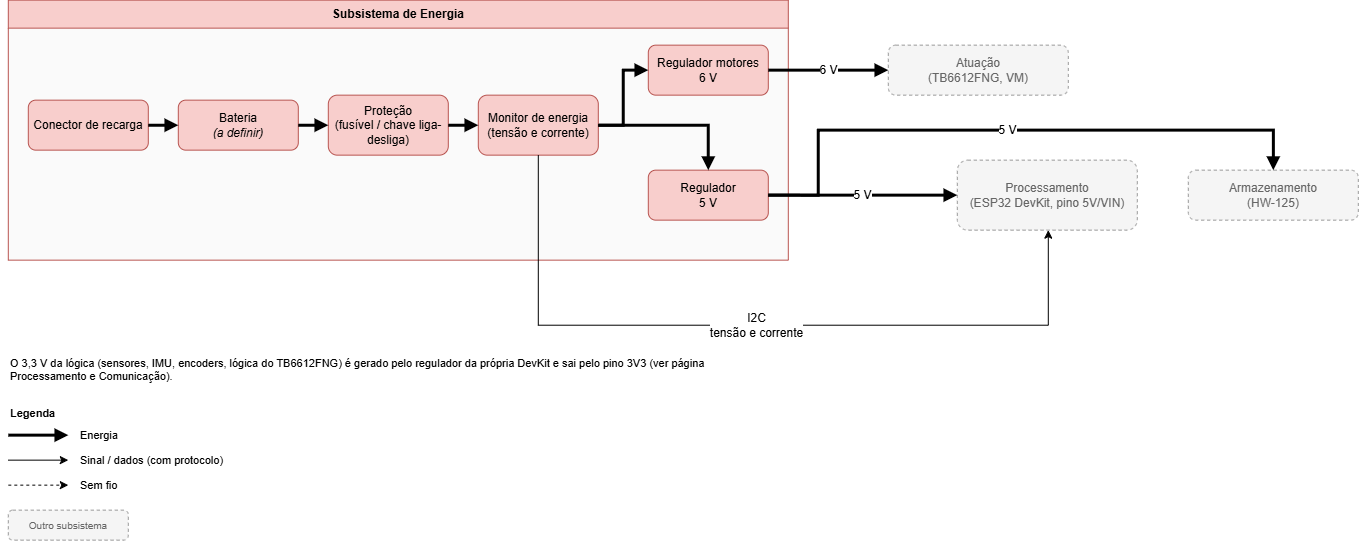
This is hw/Placa de Integração/Diagrama de blocos/Diagrama de blocos-Energia.drawio.png from fcte-pi1/2026.2_PI1_Grupo2_Hilmer, a draw.io export, as it was before one commit. Source tidied: cells renumbered, new cells last; positions are measured from the earlier drawing's top-left corner, leaving out a move shared by most shapes.
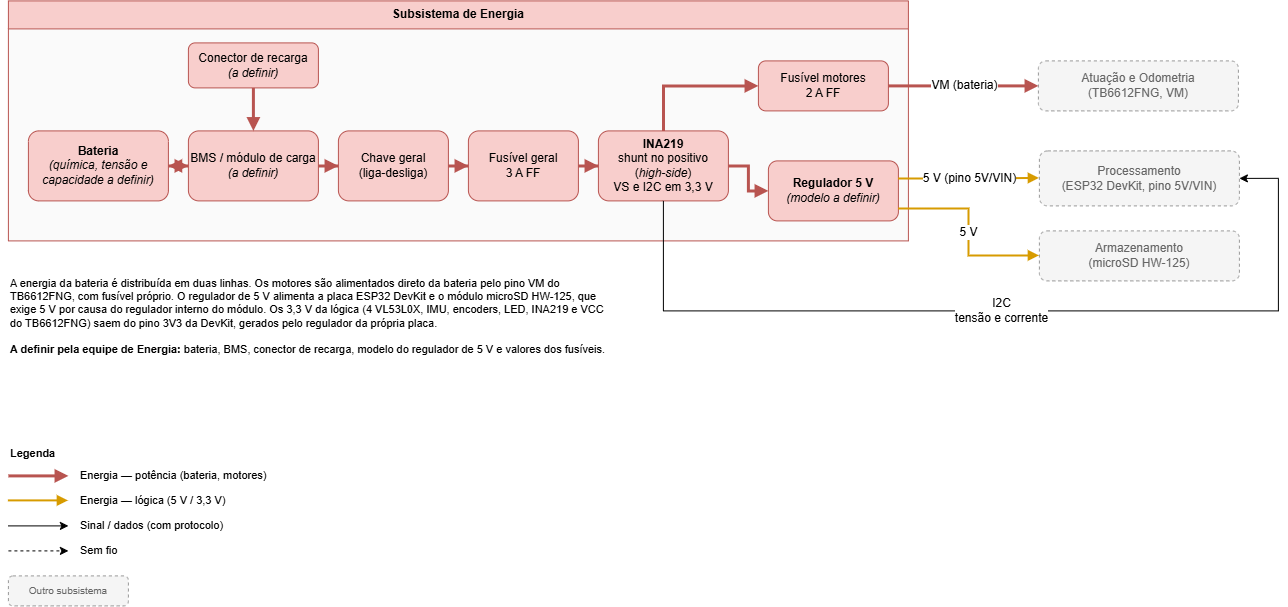
Later version of the same file.

Commit message:
[Hardware] Atualiza diagrama de blocos e projeto conceitual para a arquitetura de alimentação definida

Diff of the diagram source:
```diff
@@ -3,109 +3,128 @@
     <mxCell id="0" />
     <mxCell id="1" parent="0" />
     <mxCell id="2" value="Subsistema de Energia" style="swimlane;whiteSpace=wrap;html=1;startSize=28;fillColor=#f8cecc;strokeColor=#b85450;swimlaneFillColor=#FAFAFA;fontStyle=1;" parent="1" vertex="1">
-      <mxGeometry width="780" height="260" as="geometry" />
+      <mxGeometry width="900" height="240" as="geometry" />
     </mxCell>
-    <mxCell id="3" value="Conector de recarga" style="rounded=1;whiteSpace=wrap;html=1;fillColor=#f8cecc;strokeColor=#b85450;" parent="2" vertex="1">
-      <mxGeometry x="20" y="100" width="120" height="50" as="geometry" />
+    <mxCell id="3" value="Conector de recarga&lt;br&gt;&lt;i&gt;(a definir)&lt;/i&gt;" style="rounded=1;whiteSpace=wrap;html=1;fillColor=#f8cecc;strokeColor=#b85450;" parent="2" vertex="1">
+      <mxGeometry x="180" y="42" width="130" height="45" as="geometry" />
     </mxCell>
-    <mxCell id="4" value="Bateria&lt;br&gt;&lt;i&gt;(a definir)&lt;/i&gt;" style="rounded=1;whiteSpace=wrap;html=1;fillColor=#f8cecc;strokeColor=#b85450;" parent="2" vertex="1">
-      <mxGeometry x="170" y="100" width="120" height="50" as="geometry" />
+    <mxCell id="4" value="&lt;b&gt;Bateria&lt;/b&gt;&lt;br&gt;&lt;i&gt;(química, tensão e&lt;br&gt;capacidade a definir)&lt;/i&gt;" style="rounded=1;whiteSpace=wrap;html=1;fillColor=#f8cecc;strokeColor=#b85450;" parent="2" vertex="1">
+      <mxGeometry x="20" y="130" width="140" height="70" as="geometry" />
     </mxCell>
+    <mxCell id="30" value="BMS / módulo de carga&lt;br&gt;&lt;i&gt;(a definir)&lt;/i&gt;" style="rounded=1;whiteSpace=wrap;html=1;fillColor=#f8cecc;strokeColor=#b85450;" parent="2" vertex="1">
+      <mxGeometry x="180" y="130" width="130" height="70" as="geometry" />
+    </mxCell>
-    <mxCell id="5" value="Proteção&lt;br&gt;(fusível / chave liga-desliga)" style="rounded=1;whiteSpace=wrap;html=1;fillColor=#f8cecc;strokeColor=#b85450;" parent="2" vertex="1">
-      <mxGeometry x="320" y="95" width="120" height="60" as="geometry" />
+    <mxCell id="5" value="Chave geral&lt;br&gt;(liga-desliga)" style="rounded=1;whiteSpace=wrap;html=1;fillColor=#f8cecc;strokeColor=#b85450;" parent="2" vertex="1">
+      <mxGeometry x="330" y="130" width="110" height="70" as="geometry" />
     </mxCell>
+    <mxCell id="31" value="Fusível geral&lt;br&gt;3 A FF" style="rounded=1;whiteSpace=wrap;html=1;fillColor=#f8cecc;strokeColor=#b85450;" parent="2" vertex="1">
+      <mxGeometry x="460" y="130" width="110" height="70" as="geometry" />
+    </mxCell>
-    <mxCell id="6" value="Monitor de energia&lt;br&gt;(tensão e corrente)" style="rounded=1;whiteSpace=wrap;html=1;fillColor=#f8cecc;strokeColor=#b85450;" parent="2" vertex="1">
-      <mxGeometry x="470" y="95" width="120" height="60" as="geometry" />
+    <mxCell id="6" value="&lt;b&gt;INA219&lt;/b&gt;&lt;br&gt;shunt no positivo&lt;br&gt;(&lt;i&gt;high-side&lt;/i&gt;)&lt;br&gt;VS e I2C em 3,3 V" style="rounded=1;whiteSpace=wrap;html=1;fillColor=#f8cecc;strokeColor=#b85450;" parent="2" vertex="1">
+      <mxGeometry x="590" y="130" width="130" height="70" as="geometry" />
     </mxCell>
-    <mxCell id="7" value="Regulador motores&lt;br&gt;6 V" style="rounded=1;whiteSpace=wrap;html=1;fillColor=#f8cecc;strokeColor=#b85450;" parent="2" vertex="1">
-      <mxGeometry x="640" y="45" width="120" height="50" as="geometry" />
+    <mxCell id="7" value="Fusível motores&lt;br&gt;2 A FF" style="rounded=1;whiteSpace=wrap;html=1;fillColor=#f8cecc;strokeColor=#b85450;" parent="2" vertex="1">
+      <mxGeometry x="750" y="60" width="130" height="50" as="geometry" />
     </mxCell>
-    <mxCell id="8" value="Regulador&lt;br&gt;5 V" style="rounded=1;whiteSpace=wrap;html=1;fillColor=#f8cecc;strokeColor=#b85450;" parent="2" vertex="1">
-      <mxGeometry x="640" y="170" width="120" height="50" as="geometry" />
+    <mxCell id="8" value="&lt;b&gt;Regulador 5 V&lt;/b&gt;&lt;br&gt;&lt;i&gt;(modelo a definir)&lt;/i&gt;" style="rounded=1;whiteSpace=wrap;html=1;fillColor=#f8cecc;strokeColor=#b85450;" parent="2" vertex="1">
+      <mxGeometry x="760" y="160" width="130" height="60" as="geometry" />
     </mxCell>
-    <mxCell id="9" value="Atuação&lt;br&gt;(TB6612FNG, VM)" style="rounded=1;whiteSpace=wrap;html=1;fillColor=#f5f5f5;strokeColor=#999999;dashed=1;fontColor=#666666;" parent="1" vertex="1">
-      <mxGeometry x="880" y="45" width="180" height="50" as="geometry" />
+    <mxCell id="9" value="Atuação e Odometria&lt;br&gt;(TB6612FNG, VM)" style="rounded=1;whiteSpace=wrap;html=1;fillColor=#f5f5f5;strokeColor=#999999;dashed=1;fontColor=#666666;" parent="1" vertex="1">
+      <mxGeometry x="1030" y="60" width="200" height="50" as="geometry" />
     </mxCell>
     <mxCell id="10" value="Processamento&lt;br&gt;(ESP32 DevKit, pino 5V/VIN)" style="rounded=1;whiteSpace=wrap;html=1;fillColor=#f5f5f5;strokeColor=#999999;dashed=1;fontColor=#666666;" parent="1" vertex="1">
-      <mxGeometry x="949" y="160" width="180" height="70" as="geometry" />
+      <mxGeometry x="1031" y="150" width="200" height="55" as="geometry" />
     </mxCell>
+    <mxCell id="27" value="Armazenamento&lt;br&gt;(microSD HW-125)" style="rounded=1;whiteSpace=wrap;html=1;fillColor=#f5f5f5;strokeColor=#999999;dashed=1;fontColor=#666666;" parent="1" vertex="1">
+      <mxGeometry x="1031" y="230" width="200" height="50" as="geometry" />
+    </mxCell>
-    <mxCell id="11" style="edgeStyle=orthogonalEdgeStyle;rounded=0;jettySize=auto;html=1;labelBackgroundColor=#FFFFFF;fontSize=10;strokeWidth=3;endArrow=block;endFill=1;" parent="1" edge="1" source="3" target="4">
+    <mxCell id="11" style="edgeStyle=orthogonalEdgeStyle;rounded=0;jettySize=auto;html=1;labelBackgroundColor=#FFFFFF;fontSize=10;strokeWidth=3;strokeColor=#B85450;endArrow=block;endFill=1;" parent="1" edge="1" source="3" target="30">
       <mxGeometry relative="1" as="geometry" />
     </mxCell>
-    <mxCell id="12" style="edgeStyle=orthogonalEdgeStyle;rounded=0;jettySize=auto;html=1;labelBackgroundColor=#FFFFFF;fontSize=10;strokeWidth=3;endArrow=block;endFill=1;" parent="1" edge="1" source="4" target="5">
+    <mxCell id="12" style="edgeStyle=orthogonalEdgeStyle;rounded=0;jettySize=auto;html=1;labelBackgroundColor=#FFFFFF;fontSize=10;strokeWidth=3;strokeColor=#B85450;endArrow=block;endFill=1;startArrow=block;startFill=1;" parent="1" edge="1" source="4" target="30">
       <mxGeometry relative="1" as="geometry" />
     </mxCell>
-    <mxCell id="13" style="edgeStyle=orthogonalEdgeStyle;rounded=0;jettySize=auto;html=1;labelBackgroundColor=#FFFFFF;fontSize=10;strokeWidth=3;endArrow=block;endFill=1;" parent="1" edge="1" source="5" target="6">
+    <mxCell id="13" style="edgeStyle=orthogonalEdgeStyle;rounded=0;jettySize=auto;html=1;labelBackgroundColor=#FFFFFF;fontSize=10;strokeWidth=3;strokeColor=#B85450;endArrow=block;endFill=1;" parent="1" edge="1" source="30" target="5">
       <mxGeometry relative="1" as="geometry" />
     </mxCell>
+    <mxCell id="32" style="edgeStyle=orthogonalEdgeStyle;rounded=0;jettySize=auto;html=1;labelBackgroundColor=#FFFFFF;fontSize=10;strokeWidth=3;strokeColor=#B85450;endArrow=block;endFill=1;" parent="1" edge="1" source="5" target="31">
+      <mxGeometry relative="1" as="geometry" />
+    </mxCell>
-    <mxCell id="14" style="edgeStyle=orthogonalEdgeStyle;rounded=0;jettySize=auto;html=1;labelBackgroundColor=#FFFFFF;fontSize=10;strokeWidth=3;endArrow=block;endFill=1;" parent="1" edge="1" source="6" target="7">
+    <mxCell id="14" style="edgeStyle=orthogonalEdgeStyle;rounded=0;jettySize=auto;html=1;labelBackgroundColor=#FFFFFF;fontSize=10;strokeWidth=3;strokeColor=#B85450;endArrow=block;endFill=1;" parent="1" edge="1" source="31" target="6">
       <mxGeometry relative="1" as="geometry" />
     </mxCell>
-    <mxCell id="15" style="edgeStyle=orthogonalEdgeStyle;rounded=0;jettySize=auto;html=1;labelBackgroundColor=#FFFFFF;fontSize=10;strokeWidth=3;endArrow=block;endFill=1;" parent="1" edge="1" source="6" target="8">
-      <mxGeometry relative="1" as="geometry" />
+    <mxCell id="15" style="edgeStyle=orthogonalEdgeStyle;rounded=0;jettySize=auto;html=1;labelBackgroundColor=#FFFFFF;fontSize=10;strokeWidth=3;strokeColor=#B85450;endArrow=block;endFill=1;exitX=0.5;exitY=0;exitDx=0;exitDy=0;entryX=0;entryY=0.5;entryDx=0;entryDy=0;" parent="1" edge="1" source="6" target="7">
+      <mxGeometry relative="1" as="geometry">
+        <Array as="points">
+          <mxPoint x="655" y="85" />
+        </Array>
+      </mxGeometry>
     </mxCell>
-    <mxCell id="16" value="&lt;font style=&quot;font-size: 12px;&quot;&gt;6 V&lt;/font&gt;" style="edgeStyle=orthogonalEdgeStyle;rounded=0;jettySize=auto;html=1;labelBackgroundColor=#FFFFFF;fontSize=10;strokeWidth=3;endArrow=block;endFill=1;" parent="1" edge="1" source="7" target="9">
+    <mxCell id="16" style="edgeStyle=orthogonalEdgeStyle;rounded=0;jettySize=auto;html=1;labelBackgroundColor=#FFFFFF;fontSize=10;strokeWidth=3;strokeColor=#B85450;endArrow=block;endFill=1;exitX=1;exitY=0.5;exitDx=0;exitDy=0;entryX=0;entryY=0.5;entryDx=0;entryDy=0;" parent="1" edge="1" source="6" target="8">
       <mxGeometry relative="1" as="geometry" />
     </mxCell>
-    <mxCell id="17" value="&lt;font style=&quot;font-size: 12px;&quot;&gt;5 V&lt;/font&gt;" style="edgeStyle=orthogonalEdgeStyle;rounded=0;jettySize=auto;html=1;labelBackgroundColor=#FFFFFF;fontSize=10;strokeWidth=3;endArrow=block;endFill=1;" parent="1" edge="1" source="8" target="10">
+    <mxCell id="17" value="&lt;font style=&quot;font-size: 12px;&quot;&gt;VM (bateria)&lt;/font&gt;" style="edgeStyle=orthogonalEdgeStyle;rounded=0;jettySize=auto;html=1;labelBackgroundColor=#FFFFFF;fontSize=10;strokeWidth=3;strokeColor=#B85450;endArrow=block;endFill=1;exitX=1;exitY=0.5;exitDx=0;exitDy=0;entryX=0;entryY=0.5;entryDx=0;entryDy=0;" parent="1" edge="1" source="7" target="9">
       <mxGeometry relative="1" as="geometry" />
     </mxCell>
+    <mxCell id="33" value="&lt;font style=&quot;font-size: 12px;&quot;&gt;5 V (pino 5V/VIN)&lt;/font&gt;" style="edgeStyle=orthogonalEdgeStyle;rounded=0;jettySize=auto;html=1;labelBackgroundColor=#FFFFFF;fontSize=10;strokeWidth=2;strokeColor=#D79B00;endArrow=block;endFill=1;exitX=1;exitY=0.3;exitDx=0;exitDy=0;entryX=0;entryY=0.5;entryDx=0;entryDy=0;" parent="1" edge="1" source="8" target="10">
+      <mxGeometry relative="1" as="geometry" />
+    </mxCell>
+    <mxCell id="28" value="&lt;font style=&quot;font-size: 12px;&quot;&gt;5 V&lt;/font&gt;" style="edgeStyle=orthogonalEdgeStyle;rounded=0;jettySize=auto;html=1;labelBackgroundColor=#FFFFFF;fontSize=10;strokeWidth=2;strokeColor=#D79B00;endArrow=block;endFill=1;exitX=1;exitY=0.8;exitDx=0;exitDy=0;entryX=0;entryY=0.5;entryDx=0;entryDy=0;" parent="1" edge="1" source="8" target="27">
+      <mxGeometry relative="1" as="geometry" />
+    </mxCell>
-    <mxCell id="18" value="&lt;font style=&quot;font-size: 12px;&quot;&gt;I2C&lt;br&gt;tensão e corrente&lt;/font&gt;" style="edgeStyle=orthogonalEdgeStyle;rounded=0;jettySize=auto;html=1;labelBackgroundColor=#FFFFFF;fontSize=10;strokeWidth=1;endArrow=classic;endFill=1;exitX=0.5;exitY=1;exitDx=0;exitDy=0;entryX=0.5;entryY=1;entryDx=0;entryDy=0;" parent="1" edge="1" source="6" target="10">
+    <mxCell id="18" value="&lt;font style=&quot;font-size: 12px;&quot;&gt;I2C&lt;br&gt;tensão e corrente&lt;/font&gt;" style="edgeStyle=orthogonalEdgeStyle;rounded=0;jettySize=auto;html=1;labelBackgroundColor=#FFFFFF;fontSize=10;strokeWidth=1;endArrow=classic;endFill=1;exitX=0.5;exitY=1;exitDx=0;exitDy=0;entryX=1;entryY=0.5;entryDx=0;entryDy=0;" parent="1" edge="1" source="6" target="10">
       <mxGeometry relative="1" as="geometry">
         <Array as="points">
-          <mxPoint x="530" y="325" />
-          <mxPoint x="1040" y="325" />
-          <mxPoint x="1040" y="230" />
+          <mxPoint x="655" y="310" />
+          <mxPoint x="1270" y="310" />
+          <mxPoint x="1270" y="177.5" />
         </Array>
       </mxGeometry>
     </mxCell>
+    <mxCell id="29" value="A energia da bateria é distribuída em duas linhas. Os motores são alimentados direto da bateria pelo pino VM do TB6612FNG, com fusível próprio. O regulador de 5 V alimenta a placa ESP32 DevKit e o módulo microSD HW-125, que exige 5 V por causa do regulador interno do módulo. Os 3,3 V da lógica (4 VL53L0X, IMU, encoders, LED, INA219 e VCC do TB6612FNG) saem do pino 3V3 da DevKit, gerados pelo regulador da própria placa.&lt;br&gt;&lt;br&gt;&lt;b&gt;A definir pela equipe de Energia:&lt;/b&gt; bateria, BMS, conector de recarga, modelo do regulador de 5 V e valores dos fusíveis." style="text;html=1;align=left;verticalAlign=top;whiteSpace=wrap;fontSize=11;" parent="1" vertex="1">
+      <mxGeometry y="270" width="600" height="105" as="geometry" />
+    </mxCell>
     <mxCell id="19" value="&lt;b&gt;Legenda&lt;/b&gt;" style="text;html=1;align=left;verticalAlign=top;whiteSpace=wrap;fontSize=11;" parent="1" vertex="1">
-      <mxGeometry y="400" width="200" height="20" as="geometry" />
+      <mxGeometry y="440" width="200" height="20" as="geometry" />
     </mxCell>
-    <mxCell id="20" style="edgeStyle=orthogonalEdgeStyle;rounded=0;orthogonalLoop=1;jettySize=auto;html=1;labelBackgroundColor=#FFFFFF;fontSize=10;strokeWidth=3;endArrow=block;endFill=1;" parent="1" edge="1">
+    <mxCell id="20" style="edgeStyle=orthogonalEdgeStyle;rounded=0;orthogonalLoop=1;jettySize=auto;html=1;labelBackgroundColor=#FFFFFF;fontSize=10;strokeWidth=3;strokeColor=#B85450;endArrow=block;endFill=1;" parent="1" edge="1">
       <mxGeometry relative="1" as="geometry">
-        <mxPoint y="435" as="sourcePoint" />
-        <mxPoint x="60" y="435" as="targetPoint" />
+        <mxPoint y="475" as="sourcePoint" />
+        <mxPoint x="60" y="475" as="targetPoint" />
       </mxGeometry>
     </mxCell>
-    <mxCell id="21" value="Energia" style="text;html=1;align=left;verticalAlign=top;whiteSpace=wrap;fontSize=11;verticalAlign=middle;" parent="1" vertex="1">
-      <mxGeometry x="70" y="425" width="200" height="20" as="geometry" />
+    <mxCell id="21" value="Energia — potência (bateria, motores)" style="text;html=1;align=left;verticalAlign=top;whiteSpace=wrap;fontSize=11;verticalAlign=middle;" parent="1" vertex="1">
+      <mxGeometry x="70" y="465" width="240" height="20" as="geometry" />
     </mxCell>
+    <mxCell id="34" style="edgeStyle=orthogonalEdgeStyle;rounded=0;orthogonalLoop=1;jettySize=auto;html=1;labelBackgroundColor=#FFFFFF;fontSize=10;strokeWidth=2;strokeColor=#D79B00;endArrow=block;endFill=1;" parent="1" edge="1">
+      <mxGeometry relative="1" as="geometry">
+        <mxPoint y="500" as="sourcePoint" />
+        <mxPoint x="60" y="500" as="targetPoint" />
+      </mxGeometry>
+    </mxCell>
+    <mxCell id="35" value="Energia — lógica (5 V / 3,3 V)" style="text;html=1;align=left;verticalAlign=top;whiteSpace=wrap;fontSize=11;verticalAlign=middle;" parent="1" vertex="1">
+      <mxGeometry x="70" y="490" width="240" height="20" as="geometry" />
+    </mxCell>
     <mxCell id="22" style="edgeStyle=orthogonalEdgeStyle;rounded=0;orthogonalLoop=1;jettySize=auto;html=1;labelBackgroundColor=#FFFFFF;fontSize=10;strokeWidth=1;endArrow=classic;endFill=1;" parent="1" edge="1">
       <mxGeometry relative="1" as="geometry">
-        <mxPoint y="460" as="sourcePoint" />
-        <mxPoint x="60" y="460" as="targetPoint" />
+        <mxPoint y="525" as="sourcePoint" />
+        <mxPoint x="60" y="525" as="targetPoint" />
       </mxGeometry>
     </mxCell>
     <mxCell id="23" value="Sinal / dados (com protocolo)" style="text;html=1;align=left;verticalAlign=top;whiteSpace=wrap;fontSize=11;verticalAlign=middle;" parent="1" vertex="1">
-      <mxGeometry x="70" y="450" width="200" height="20" as="geometry" />
+      <mxGeometry x="70" y="515" width="240" height="20" as="geometry" />
     </mxCell>
     <mxCell id="24" style="edgeStyle=orthogonalEdgeStyle;rounded=0;orthogonalLoop=1;jettySize=auto;html=1;labelBackgroundColor=#FFFFFF;fontSize=10;strokeWidth=1;endArrow=classic;endFill=1;dashed=1;" parent="1" edge="1">
       <mxGeometry relative="1" as="geometry">
-        <mxPoint y="485" as="sourcePoint" />
-        <mxPoint x="60" y="485" as="targetPoint" />
+        <mxPoint y="550" as="sourcePoint" />
+        <mxPoint x="60" y="550" as="targetPoint" />
       </mxGeometry>
     </mxCell>
     <mxCell id="25" value="Sem fio" style="text;html=1;align=left;verticalAlign=top;whiteSpace=wrap;fontSize=11;verticalAlign=middle;" parent="1" vertex="1">
-      <mxGeometry x="70" y="475" width="200" height="20" as="geometry" />
+      <mxGeometry x="70" y="540" width="240" height="20" as="geometry" />
     </mxCell>
     <mxCell id="26" value="Outro subsistema" style="rounded=1;whiteSpace=wrap;html=1;fillColor=#f5f5f5;strokeColor=#999999;dashed=1;fontColor=#666666;fontSize=10;" parent="1" vertex="1">
-      <mxGeometry y="510" width="120" height="30" as="geometry" />
+      <mxGeometry y="575" width="120" height="30" as="geometry" />
     </mxCell>
-    <mxCell id="27" value="Armazenamento&lt;br&gt;(HW-125)" style="rounded=1;whiteSpace=wrap;html=1;fillColor=#f5f5f5;strokeColor=#999999;dashed=1;fontColor=#666666;" parent="1" vertex="1">
-      <mxGeometry x="1180" y="170" width="170" height="50" as="geometry" />
-    </mxCell>
-    <mxCell id="28" value="&lt;font style=&quot;font-size: 12px;&quot;&gt;5 V&lt;/font&gt;" style="edgeStyle=orthogonalEdgeStyle;rounded=0;jettySize=auto;html=1;labelBackgroundColor=#FFFFFF;fontSize=10;strokeWidth=3;endArrow=block;endFill=1;exitX=1;exitY=0.5;exitDx=0;exitDy=0;entryX=0.5;entryY=0;entryDx=0;entryDy=0;" parent="1" edge="1" source="8" target="27">
-      <mxGeometry relative="1" as="geometry">
-        <Array as="points">
-          <mxPoint x="810" y="195" />
-          <mxPoint x="810" y="130" />
-          <mxPoint x="1265" y="130" />
-        </Array>
-      </mxGeometry>
-    </mxCell>
-    <mxCell id="29" value="O 3,3 V da lógica (sensores, IMU, encoders, lógica do TB6612FNG) é gerado pelo regulador da própria DevKit e sai pelo pino 3V3 (ver página Processamento e Comunicação)." style="text;html=1;align=left;verticalAlign=top;whiteSpace=wrap;fontSize=11;" parent="1" vertex="1">
-      <mxGeometry y="350" width="760" height="30" as="geometry" />
-    </mxCell>
   </root>
 </mxGraphModel>
```
